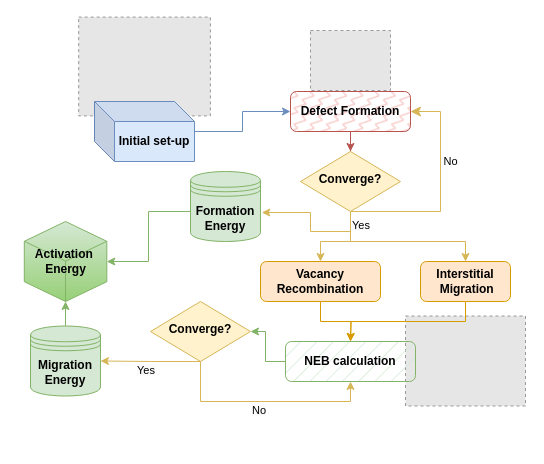
yicao-elina/drawio keeps this draw.io diagram as Untitled Diagram.drawio. Above is the earlier version. Source tidied: cells renumbered, new cells numbered last; positions are measured from the earlier drawing's top-left corner, leaving out a move shared by most shapes. Both pictures are drawn from the tidied source at 100%, with x=0, y=0 at pixel (24, 17). Pictures stored in the file or linked from it are replaced by grey dashed boxes.
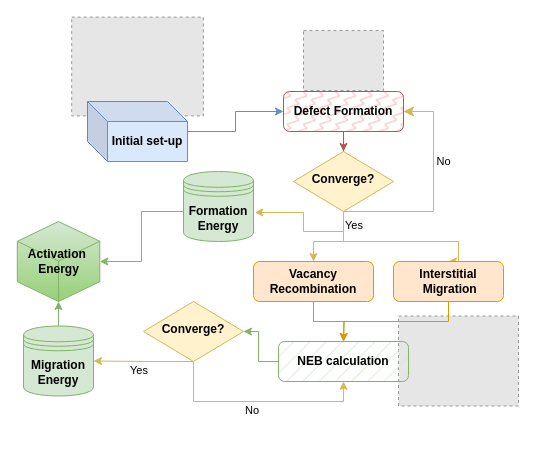
Above is the later version.

Diff of the diagram source:
```diff
@@
+    <mxCell id="31" style="group;" parent="1" vertex="1">
+      <mxGeometry x="-7.2" y="-0.4" width="501.2" height="429.4" as="geometry" />
+    </mxCell>
+    <mxCell id="4" style="fillColor=#E6E6E6;strokeColor=#999999;dashed=1;verticalLabelPosition=bottom;labelBackgroundColor=default;verticalAlign=top;" parent="31" vertex="1">
+      <mxGeometry x="381.2" y="298.9" width="120" height="90" as="geometry" />
+    </mxCell>
+    <mxCell id="26" value="&lt;span style=&quot;color: rgb(0, 0, 0); font-family: Helvetica; font-size: 11px; font-style: normal; font-variant-ligatures: normal; font-variant-caps: normal; font-weight: 400; letter-spacing: normal; orphans: 2; text-align: center; text-indent: 0px; text-transform: none; widows: 2; word-spacing: 0px; -webkit-text-stroke-width: 0px; background-color: rgb(251, 251, 251); text-decoration-thickness: initial; text-decoration-style: initial; text-decoration-color: initial; float: none; display: inline !important;&quot;&gt;No&lt;/span&gt;" style="text;whiteSpace=wrap;html=1;" parent="31" vertex="1">
+      <mxGeometry x="226.2" y="379.4" width="50" height="50" as="geometry" />
+    </mxCell>
+    <mxCell id="32" style="group;" parent="31" vertex="1">
+      <mxGeometry width="486.2" height="389.4" as="geometry" />
+    </mxCell>
-    <mxCell id="2" style="fillColor=#E6E6E6;strokeColor=#999999;dashed=1;verticalLabelPosition=bottom;labelBackgroundColor=default;verticalAlign=top;" parent="1" vertex="1">
-      <mxGeometry x="54.2" y="-0.4" width="131.7" height="98.8" as="geometry" />
+    <mxCell id="2" style="fillColor=#E6E6E6;strokeColor=#999999;dashed=1;verticalLabelPosition=bottom;labelBackgroundColor=default;verticalAlign=top;" parent="32" vertex="1">
+      <mxGeometry x="54.4" width="131.7" height="98.8" as="geometry" />
     </mxCell>
-    <mxCell id="3" style="fillColor=#E6E6E6;strokeColor=#999999;dashed=1;verticalLabelPosition=bottom;labelBackgroundColor=default;verticalAlign=top;" parent="1" vertex="1">
-      <mxGeometry x="286" y="13" width="80" height="60" as="geometry" />
+    <mxCell id="3" style="fillColor=#E6E6E6;strokeColor=#999999;dashed=1;verticalLabelPosition=bottom;labelBackgroundColor=default;verticalAlign=top;" parent="32" vertex="1">
+      <mxGeometry x="286.2" y="13.4" width="80" height="60" as="geometry" />
     </mxCell>
-    <mxCell id="4" style="fillColor=#E6E6E6;strokeColor=#999999;dashed=1;verticalLabelPosition=bottom;labelBackgroundColor=default;verticalAlign=top;" parent="1" vertex="1">
-      <mxGeometry x="381" y="298.5" width="120" height="90" as="geometry" />
-    </mxCell>
-    <mxCell id="5" style="edgeStyle=orthogonalEdgeStyle;rounded=0;jettySize=auto;html=1;fillColor=#f8cecc;strokeColor=#b85450;" parent="1" edge="1" source="6" target="11">
+    <mxCell id="5" style="edgeStyle=orthogonalEdgeStyle;rounded=0;jettySize=auto;html=1;fillColor=#f8cecc;strokeColor=#b85450;" parent="32" edge="1" source="6" target="11">
       <mxGeometry relative="1" as="geometry" />
     </mxCell>
-    <mxCell id="6" value="&lt;b&gt;Defect Formation&lt;/b&gt;" style="rounded=1;whiteSpace=wrap;html=1;fontSize=12;glass=0;strokeWidth=1;shadow=0;fillColor=#f8cecc;strokeColor=#b85450;fillStyle=zigzag-line;" parent="1" vertex="1">
-      <mxGeometry x="266" y="74" width="120" height="40" as="geometry" />
+    <mxCell id="6" value="&lt;b&gt;Defect Formation&lt;/b&gt;" style="rounded=1;whiteSpace=wrap;html=1;fontSize=12;glass=0;strokeWidth=1;shadow=0;fillColor=#f8cecc;strokeColor=#b85450;fillStyle=zigzag-line;" parent="32" vertex="1">
+      <mxGeometry x="266.2" y="74.4" width="120" height="40" as="geometry" />
     </mxCell>
-    <mxCell id="7" value="No" style="edgeStyle=orthogonalEdgeStyle;rounded=0;html=1;jettySize=auto;fontSize=11;endArrow=classic;endFill=1;endSize=8;strokeWidth=1;shadow=0;labelBackgroundColor=none;entryX=1;entryY=0.5;entryDx=0;entryDy=0;fillColor=#fff2cc;strokeColor=#d6b656;exitX=0;exitY=0;exitDx=0;exitDy=0;" parent="1" edge="1" source="24" target="6">
+    <mxCell id="7" value="No" style="edgeStyle=orthogonalEdgeStyle;rounded=0;html=1;jettySize=auto;fontSize=11;endArrow=classic;endFill=1;endSize=8;strokeWidth=1;shadow=0;labelBackgroundColor=none;entryX=1;entryY=0.5;entryDx=0;entryDy=0;fillColor=#fff2cc;strokeColor=#d6b656;exitX=0;exitY=0;exitDx=0;exitDy=0;" parent="32" edge="1" source="24" target="6">
       <mxGeometry x="0.27" y="-10" relative="1" as="geometry">
         <Array as="points">
-          <mxPoint x="416" y="194" />
-          <mxPoint x="416" y="94" />
+          <mxPoint x="416.2" y="194.4" />
+          <mxPoint x="416.2" y="94.4" />
         </Array>
       </mxGeometry>
     </mxCell>
-    <mxCell id="8" style="edgeStyle=orthogonalEdgeStyle;rounded=0;jettySize=auto;html=1;entryX=0.5;entryY=0;entryDx=0;entryDy=0;fillColor=#fff2cc;strokeColor=#d6b656;" parent="1" edge="1" source="11" target="13">
+    <mxCell id="8" style="edgeStyle=orthogonalEdgeStyle;rounded=0;jettySize=auto;html=1;entryX=0.5;entryY=0;entryDx=0;entryDy=0;fillColor=#fff2cc;strokeColor=#d6b656;" parent="32" edge="1" source="11" target="13">
       <mxGeometry relative="1" as="geometry">
         <Array as="points">
-          <mxPoint x="326" y="224" />
-          <mxPoint x="441" y="224" />
+          <mxPoint x="326.2" y="224.4" />
+          <mxPoint x="441.2" y="224.4" />
         </Array>
       </mxGeometry>
     </mxCell>
-    <mxCell id="9" style="edgeStyle=orthogonalEdgeStyle;rounded=0;jettySize=auto;html=1;entryX=0.5;entryY=0;entryDx=0;entryDy=0;fillColor=#fff2cc;strokeColor=#d6b656;" parent="1" edge="1" source="11" target="15">
+    <mxCell id="9" style="edgeStyle=orthogonalEdgeStyle;rounded=0;jettySize=auto;html=1;entryX=0.5;entryY=0;entryDx=0;entryDy=0;fillColor=#fff2cc;strokeColor=#d6b656;" parent="32" edge="1" source="11" target="15">
       <mxGeometry relative="1" as="geometry">
         <Array as="points">
-          <mxPoint x="326" y="224" />
-          <mxPoint x="296" y="224" />
+          <mxPoint x="326.2" y="224.4" />
+          <mxPoint x="296.2" y="224.4" />
         </Array>
       </mxGeometry>
     </mxCell>
-    <mxCell id="10" style="edgeStyle=orthogonalEdgeStyle;rounded=0;jettySize=auto;html=1;entryX=1.018;entryY=0.586;entryDx=0;entryDy=0;fillColor=#fff2cc;strokeColor=#d6b656;exitX=0;exitY=0;exitDx=0;exitDy=0;entryPerimeter=0;" parent="1" edge="1" source="24" target="28">
+    <mxCell id="10" style="edgeStyle=orthogonalEdgeStyle;rounded=0;jettySize=auto;html=1;entryX=1.018;entryY=0.586;entryDx=0;entryDy=0;fillColor=#fff2cc;strokeColor=#d6b656;exitX=0;exitY=0;exitDx=0;exitDy=0;entryPerimeter=0;" parent="32" edge="1" source="24" target="28">
       <mxGeometry relative="1" as="geometry">
         <Array as="points">
-          <mxPoint x="326" y="214" />
-          <mxPoint x="286" y="214" />
-          <mxPoint x="286" y="195" />
+          <mxPoint x="326.2" y="214.4" />
+          <mxPoint x="286.2" y="214.4" />
+          <mxPoint x="286.2" y="195.4" />
         </Array>
       </mxGeometry>
     </mxCell>
-    <mxCell id="11" value="&lt;b&gt;Converge?&lt;/b&gt;" style="rhombus;whiteSpace=wrap;html=1;shadow=0;fontFamily=Helvetica;fontSize=12;align=center;strokeWidth=1;spacing=6;spacingTop=-4;fillColor=#fff2cc;strokeColor=#d6b656;" parent="1" vertex="1">
-      <mxGeometry x="276" y="134" width="100" height="60" as="geometry" />
+    <mxCell id="11" value="&lt;b&gt;Converge?&lt;/b&gt;" style="rhombus;whiteSpace=wrap;html=1;shadow=0;fontFamily=Helvetica;fontSize=12;align=center;strokeWidth=1;spacing=6;spacingTop=-4;fillColor=#fff2cc;strokeColor=#d6b656;" parent="32" vertex="1">
+      <mxGeometry x="276.2" y="134.4" width="100" height="60" as="geometry" />
     </mxCell>
-    <mxCell id="12" style="edgeStyle=orthogonalEdgeStyle;rounded=0;jettySize=auto;html=1;exitX=0.5;exitY=1;exitDx=0;exitDy=0;entryX=0.5;entryY=0;entryDx=0;entryDy=0;fillColor=#ffe6cc;strokeColor=#d79b00;" parent="1" edge="1" source="13">
+    <mxCell id="12" style="edgeStyle=orthogonalEdgeStyle;rounded=0;jettySize=auto;html=1;exitX=0.5;exitY=1;exitDx=0;exitDy=0;entryX=0.5;entryY=0;entryDx=0;entryDy=0;fillColor=#ffe6cc;strokeColor=#d79b00;" parent="32" edge="1" source="13">
       <mxGeometry relative="1" as="geometry">
-        <mxPoint x="326" y="324" as="targetPoint" />
+        <mxPoint x="326.2" y="324.4" as="targetPoint" />
       </mxGeometry>
     </mxCell>
-    <mxCell id="13" value="&lt;b&gt;Interstitial&lt;br&gt;&amp;nbsp;Migration&lt;/b&gt;" style="rounded=1;whiteSpace=wrap;html=1;fontSize=12;glass=0;strokeWidth=1;shadow=0;fillColor=#ffe6cc;strokeColor=#d79b00;" parent="1" vertex="1">
-      <mxGeometry x="396" y="244" width="90" height="40" as="geometry" />
+    <mxCell id="13" value="&lt;b&gt;Interstitial&lt;br&gt;&amp;nbsp;Migration&lt;/b&gt;" style="rounded=1;whiteSpace=wrap;html=1;fontSize=12;glass=0;strokeWidth=1;shadow=0;fillColor=#ffe6cc;strokeColor=#d79b00;" parent="32" vertex="1">
+      <mxGeometry x="376.2" y="244.4" width="110" height="40" as="geometry" />
     </mxCell>
-    <mxCell id="14" style="edgeStyle=orthogonalEdgeStyle;rounded=0;jettySize=auto;html=1;entryX=0.5;entryY=0;entryDx=0;entryDy=0;fillColor=#ffe6cc;strokeColor=#d79b00;" parent="1" edge="1" source="15">
+    <mxCell id="14" style="edgeStyle=orthogonalEdgeStyle;rounded=0;jettySize=auto;html=1;entryX=0.5;entryY=0;entryDx=0;entryDy=0;fillColor=#ffe6cc;strokeColor=#d79b00;" parent="32" edge="1" source="15">
       <mxGeometry relative="1" as="geometry">
-        <mxPoint x="326" y="324" as="targetPoint" />
+        <mxPoint x="326.2" y="324.4" as="targetPoint" />
       </mxGeometry>
     </mxCell>
-    <mxCell id="15" value="&lt;b&gt;Vacancy Recombination&lt;/b&gt;" style="rounded=1;whiteSpace=wrap;html=1;fontSize=12;glass=0;strokeWidth=1;shadow=0;fillColor=#ffe6cc;strokeColor=#d79b00;" parent="1" vertex="1">
-      <mxGeometry x="236" y="244" width="120" height="40" as="geometry" />
+    <mxCell id="15" value="&lt;b&gt;Vacancy Recombination&lt;/b&gt;" style="rounded=1;whiteSpace=wrap;html=1;fontSize=12;glass=0;strokeWidth=1;shadow=0;fillColor=#ffe6cc;strokeColor=#d79b00;" parent="32" vertex="1">
+      <mxGeometry x="236.2" y="244.4" width="120" height="40" as="geometry" />
     </mxCell>
-    <mxCell id="16" style="edgeStyle=orthogonalEdgeStyle;rounded=0;jettySize=auto;html=1;entryX=1;entryY=0.5;entryDx=0;entryDy=0;fillColor=#d5e8d4;strokeColor=#82b366;" parent="1" edge="1" source="17" target="20">
+    <mxCell id="16" style="edgeStyle=orthogonalEdgeStyle;rounded=0;jettySize=auto;html=1;entryX=1;entryY=0.5;entryDx=0;entryDy=0;fillColor=#d5e8d4;strokeColor=#82b366;" parent="32" edge="1" source="17" target="20">
       <mxGeometry relative="1" as="geometry" />
     </mxCell>
-    <mxCell id="17" value="&lt;b&gt;NEB calculation&lt;/b&gt;" style="rounded=1;whiteSpace=wrap;html=1;fontSize=12;glass=0;strokeWidth=1;shadow=0;fillColor=#d5e8d4;strokeColor=#82b366;fillStyle=hatch;" parent="1" vertex="1">
-      <mxGeometry x="261" y="324" width="130" height="40" as="geometry" />
+    <mxCell id="17" value="&lt;b&gt;NEB calculation&lt;/b&gt;" style="rounded=1;whiteSpace=wrap;html=1;fontSize=12;glass=0;strokeWidth=1;shadow=0;fillColor=#d5e8d4;strokeColor=#82b366;fillStyle=hatch;" parent="32" vertex="1">
+      <mxGeometry x="261.2" y="324.4" width="130" height="40" as="geometry" />
     </mxCell>
-    <mxCell id="18" style="edgeStyle=orthogonalEdgeStyle;rounded=0;jettySize=auto;html=1;fillColor=#fff2cc;strokeColor=#d6b656;entryX=1;entryY=0.5;entryDx=0;entryDy=0;exitX=0.5;exitY=1;exitDx=0;exitDy=0;" parent="1" edge="1" source="20" target="23">
+    <mxCell id="18" style="edgeStyle=orthogonalEdgeStyle;rounded=0;jettySize=auto;html=1;fillColor=#fff2cc;strokeColor=#d6b656;entryX=1;entryY=0.5;entryDx=0;entryDy=0;exitX=0.5;exitY=1;exitDx=0;exitDy=0;" parent="32" edge="1" source="20" target="23">
       <mxGeometry relative="1" as="geometry">
         <Array as="points">
-          <mxPoint x="126" y="344" />
+          <mxPoint x="126.2" y="344.4" />
         </Array>
       </mxGeometry>
     </mxCell>
-    <mxCell id="19" style="edgeStyle=orthogonalEdgeStyle;rounded=0;jettySize=auto;html=1;entryX=0.5;entryY=1;entryDx=0;entryDy=0;fillColor=#fff2cc;strokeColor=#d6b656;" parent="1" edge="1" source="20" target="17">
+    <mxCell id="19" style="edgeStyle=orthogonalEdgeStyle;rounded=0;jettySize=auto;html=1;entryX=0.5;entryY=1;entryDx=0;entryDy=0;fillColor=#fff2cc;strokeColor=#d6b656;" parent="32" edge="1" source="20" target="17">
       <mxGeometry relative="1" as="geometry">
         <Array as="points">
-          <mxPoint x="176" y="384" />
-          <mxPoint x="326" y="384" />
+          <mxPoint x="176.2" y="384.4" />
+          <mxPoint x="326.2" y="384.4" />
         </Array>
       </mxGeometry>
     </mxCell>
-    <mxCell id="20" value="&lt;b&gt;Converge?&lt;/b&gt;" style="rhombus;whiteSpace=wrap;html=1;shadow=0;fontFamily=Helvetica;fontSize=12;align=center;strokeWidth=1;spacing=6;spacingTop=-4;fillColor=#fff2cc;strokeColor=#d6b656;" parent="1" vertex="1">
-      <mxGeometry x="126" y="284" width="100" height="60" as="geometry" />
+    <mxCell id="20" value="&lt;b&gt;Converge?&lt;/b&gt;" style="rhombus;whiteSpace=wrap;html=1;shadow=0;fontFamily=Helvetica;fontSize=12;align=center;strokeWidth=1;spacing=6;spacingTop=-4;fillColor=#fff2cc;strokeColor=#d6b656;" parent="32" vertex="1">
+      <mxGeometry x="126.2" y="284.4" width="100" height="60" as="geometry" />
     </mxCell>
-    <mxCell id="21" style="edgeStyle=orthogonalEdgeStyle;rounded=0;jettySize=auto;html=1;entryX=0;entryY=0.5;entryDx=0;entryDy=0;fillColor=#dae8fc;strokeColor=#6c8ebf;" parent="1" edge="1" source="22" target="6">
+    <mxCell id="21" style="edgeStyle=orthogonalEdgeStyle;rounded=0;jettySize=auto;html=1;entryX=0;entryY=0.5;entryDx=0;entryDy=0;fillColor=#dae8fc;strokeColor=#6c8ebf;" parent="32" edge="1" source="22" target="6">
       <mxGeometry relative="1" as="geometry" />
     </mxCell>
-    <mxCell id="22" value="&lt;b&gt;Initial set-up&lt;/b&gt;" style="shape=cube;whiteSpace=wrap;html=1;boundedLbl=1;backgroundOutline=1;darkOpacity=0.05;darkOpacity2=0.1;fillColor=#dae8fc;strokeColor=#6c8ebf;fillStyle=solid;gradientColor=none;" parent="1" vertex="1">
-      <mxGeometry x="70" y="84" width="100" height="60" as="geometry" />
+    <mxCell id="22" value="&lt;b&gt;Initial set-up&lt;/b&gt;" style="shape=cube;whiteSpace=wrap;html=1;boundedLbl=1;backgroundOutline=1;darkOpacity=0.05;darkOpacity2=0.1;fillColor=#dae8fc;strokeColor=#6c8ebf;fillStyle=solid;gradientColor=none;" parent="32" vertex="1">
+      <mxGeometry x="70.2" y="84.4" width="100" height="60" as="geometry" />
     </mxCell>
-    <mxCell id="23" value="&lt;b&gt;Migration&lt;br&gt;Energy&lt;br&gt;&lt;/b&gt;" style="shape=datastore;whiteSpace=wrap;html=1;fillColor=#d5e8d4;strokeColor=#82b366;fillStyle=auto;" parent="1" vertex="1">
-      <mxGeometry x="6" y="308.5" width="70" height="70" as="geometry" />
+    <mxCell id="23" value="&lt;b&gt;Migration&lt;br&gt;Energy&lt;br&gt;&lt;/b&gt;" style="shape=datastore;whiteSpace=wrap;html=1;fillColor=#d5e8d4;strokeColor=#82b366;fillStyle=auto;" parent="32" vertex="1">
+      <mxGeometry x="6.2" y="308.9" width="70" height="70" as="geometry" />
     </mxCell>
-    <mxCell id="24" value="&lt;span style=&quot;color: rgb(0, 0, 0); font-family: Helvetica; font-size: 11px; font-style: normal; font-variant-ligatures: normal; font-variant-caps: normal; font-weight: 400; letter-spacing: normal; orphans: 2; text-align: center; text-indent: 0px; text-transform: none; widows: 2; word-spacing: 0px; -webkit-text-stroke-width: 0px; background-color: rgb(251, 251, 251); text-decoration-thickness: initial; text-decoration-style: initial; text-decoration-color: initial; float: none; display: inline !important;&quot;&gt;Yes&lt;/span&gt;" style="text;whiteSpace=wrap;html=1;" parent="1" vertex="1">
-      <mxGeometry x="326" y="194" width="50" height="50" as="geometry" />
+    <mxCell id="24" value="&lt;span style=&quot;color: rgb(0, 0, 0); font-family: Helvetica; font-size: 11px; font-style: normal; font-variant-ligatures: normal; font-variant-caps: normal; font-weight: 400; letter-spacing: normal; orphans: 2; text-align: center; text-indent: 0px; text-transform: none; widows: 2; word-spacing: 0px; -webkit-text-stroke-width: 0px; background-color: rgb(251, 251, 251); text-decoration-thickness: initial; text-decoration-style: initial; text-decoration-color: initial; float: none; display: inline !important;&quot;&gt;Yes&lt;/span&gt;" style="text;whiteSpace=wrap;html=1;" parent="32" vertex="1">
+      <mxGeometry x="326.2" y="194.4" width="50" height="50" as="geometry" />
     </mxCell>
-    <mxCell id="25" value="&lt;span style=&quot;color: rgb(0, 0, 0); font-family: Helvetica; font-size: 11px; font-style: normal; font-variant-ligatures: normal; font-variant-caps: normal; font-weight: 400; letter-spacing: normal; orphans: 2; text-align: center; text-indent: 0px; text-transform: none; widows: 2; word-spacing: 0px; -webkit-text-stroke-width: 0px; background-color: rgb(251, 251, 251); text-decoration-thickness: initial; text-decoration-style: initial; text-decoration-color: initial; float: none; display: inline !important;&quot;&gt;Yes&lt;/span&gt;" style="text;whiteSpace=wrap;html=1;" parent="1" vertex="1">
-      <mxGeometry x="111" y="339" width="30" height="50" as="geometry" />
+    <mxCell id="25" value="&lt;span style=&quot;color: rgb(0, 0, 0); font-family: Helvetica; font-size: 11px; font-style: normal; font-variant-ligatures: normal; font-variant-caps: normal; font-weight: 400; letter-spacing: normal; orphans: 2; text-align: center; text-indent: 0px; text-transform: none; widows: 2; word-spacing: 0px; -webkit-text-stroke-width: 0px; background-color: rgb(251, 251, 251); text-decoration-thickness: initial; text-decoration-style: initial; text-decoration-color: initial; float: none; display: inline !important;&quot;&gt;Yes&lt;/span&gt;" style="text;whiteSpace=wrap;html=1;" parent="32" vertex="1">
+      <mxGeometry x="111.2" y="339.4" width="30" height="50" as="geometry" />
     </mxCell>
-    <mxCell id="26" value="&lt;span style=&quot;color: rgb(0, 0, 0); font-family: Helvetica; font-size: 11px; font-style: normal; font-variant-ligatures: normal; font-variant-caps: normal; font-weight: 400; letter-spacing: normal; orphans: 2; text-align: center; text-indent: 0px; text-transform: none; widows: 2; word-spacing: 0px; -webkit-text-stroke-width: 0px; background-color: rgb(251, 251, 251); text-decoration-thickness: initial; text-decoration-style: initial; text-decoration-color: initial; float: none; display: inline !important;&quot;&gt;No&lt;/span&gt;" style="text;whiteSpace=wrap;html=1;" parent="1" vertex="1">
-      <mxGeometry x="226" y="379" width="50" height="50" as="geometry" />
-    </mxCell>
-    <mxCell id="27" value="Activation&amp;nbsp;&lt;br&gt;Energy" style="html=1;whiteSpace=wrap;shape=isoCube2;backgroundOutline=1;isoAngle=15;fillColor=#d5e8d4;gradientColor=#97d077;strokeColor=#82b366;fontStyle=1;" parent="1" vertex="1">
-      <mxGeometry x="-0.2" y="204" width="82.5" height="80" as="geometry" />
+    <mxCell id="27" value="Activation&amp;nbsp;&lt;br&gt;Energy" style="html=1;whiteSpace=wrap;shape=isoCube2;backgroundOutline=1;isoAngle=15;fillColor=#d5e8d4;gradientColor=#97d077;strokeColor=#82b366;fontStyle=1;" parent="32" vertex="1">
+      <mxGeometry y="204.4" width="82.5" height="80" as="geometry" />
     </mxCell>
-    <mxCell id="28" value="&lt;b&gt;Formation&lt;br&gt;Energy&lt;br&gt;&lt;/b&gt;" style="shape=datastore;whiteSpace=wrap;html=1;fillColor=#d5e8d4;strokeColor=#82b366;fillStyle=auto;" parent="1" vertex="1">
-      <mxGeometry x="166" y="154" width="70" height="70" as="geometry" />
+    <mxCell id="28" value="&lt;b&gt;Formation&lt;br&gt;Energy&lt;/b&gt;&lt;b&gt;&lt;br&gt;&lt;/b&gt;" style="shape=datastore;whiteSpace=wrap;html=1;fillColor=#d5e8d4;strokeColor=#82b366;fillStyle=auto;" parent="32" vertex="1">
+      <mxGeometry x="166.2" y="154.4" width="70" height="70" as="geometry" />
     </mxCell>
-    <mxCell id="29" style="edgeStyle=orthogonalEdgeStyle;rounded=0;jettySize=auto;html=1;entryX=0.5;entryY=1;entryDx=0;entryDy=0;entryPerimeter=0;fillColor=#d5e8d4;strokeColor=#82b366;" parent="1" edge="1" source="23" target="27">
+    <mxCell id="29" style="edgeStyle=orthogonalEdgeStyle;rounded=0;jettySize=auto;html=1;entryX=0.5;entryY=1;entryDx=0;entryDy=0;entryPerimeter=0;fillColor=#d5e8d4;strokeColor=#82b366;" parent="32" edge="1" source="23" target="27">
       <mxGeometry relative="1" as="geometry" />
     </mxCell>
-    <mxCell id="30" style="edgeStyle=orthogonalEdgeStyle;rounded=0;jettySize=auto;html=1;entryX=1;entryY=0.5;entryDx=0;entryDy=0;entryPerimeter=0;fillColor=#d5e8d4;strokeColor=#82b366;" parent="1" edge="1" source="28" target="27">
+    <mxCell id="30" style="edgeStyle=orthogonalEdgeStyle;rounded=0;jettySize=auto;html=1;entryX=1;entryY=0.5;entryDx=0;entryDy=0;entryPerimeter=0;fillColor=#d5e8d4;strokeColor=#82b366;" parent="32" edge="1" source="28" target="27">
       <mxGeometry relative="1" as="geometry">
         <Array as="points">
-          <mxPoint x="124" y="194" />
-          <mxPoint x="124" y="244" />
+          <mxPoint x="124.2" y="194.4" />
+          <mxPoint x="124.2" y="244.4" />
         </Array>
       </mxGeometry>
     </mxCell>
```
